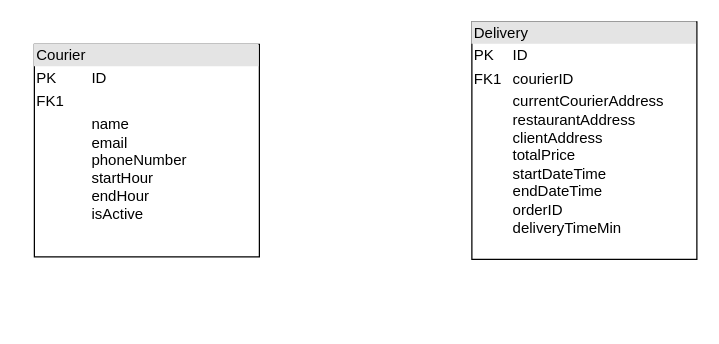
Earlier version of the draw.io diagram page "Model (Courier management)" (6 of 7) of docs/model+ui+endpoints.drawio (Uber-Summer-Practice-Sofia-2022/uber-summer-practice-docs-faq). Source tidied: cells renumbered, new cells numbered last; positions are measured from the earlier drawing's top-left corner, leaving out a move shared by most shapes. Both pictures are drawn from the tidied source at 125%, with x=0, y=0 at pixel (34, 21).
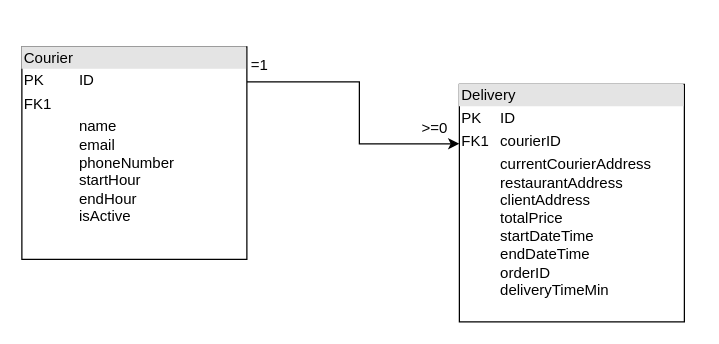
The same page after the edit.

Diff of the diagram source:
```diff
@@
 <mxGraphModel>
   <root>
     <mxCell id="0" />
     <mxCell id="1" parent="0" />
+    <mxCell id="4" style="edgeStyle=orthogonalEdgeStyle;rounded=0;jettySize=auto;html=1;entryX=0;entryY=0.25;entryDx=0;entryDy=0;" parent="1" edge="1" source="2" target="3">
+      <mxGeometry relative="1" as="geometry">
+        <Array as="points">
+          <mxPoint x="260" y="48" />
+        </Array>
+      </mxGeometry>
+    </mxCell>
     <mxCell id="2" value="&lt;div style=&quot;box-sizing:border-box;width:100%;background:#e4e4e4;padding:2px;&quot;&gt;Courier&lt;/div&gt;&lt;table style=&quot;width:100%;font-size:1em;&quot; cellpadding=&quot;2&quot; cellspacing=&quot;0&quot;&gt;&lt;tbody&gt;&lt;tr&gt;&lt;td&gt;PK&lt;/td&gt;&lt;td&gt;ID&lt;/td&gt;&lt;/tr&gt;&lt;tr&gt;&lt;td&gt;FK1&lt;/td&gt;&lt;td&gt;&lt;br&gt;&lt;/td&gt;&lt;/tr&gt;&lt;tr&gt;&lt;td&gt;&lt;/td&gt;&lt;td&gt;name&lt;br&gt;email&lt;br&gt;phoneNumber&lt;br&gt;startHour&lt;br&gt;endHour&lt;br&gt;isActive&lt;br&gt;&lt;br&gt;&lt;br&gt;&lt;/td&gt;&lt;/tr&gt;&lt;/tbody&gt;&lt;/table&gt;" style="verticalAlign=top;align=left;overflow=fill;html=1;" parent="1" vertex="1">
-      <mxGeometry y="18" width="180" height="170" as="geometry" />
+      <mxGeometry x="-10" y="20" width="180" height="170" as="geometry" />
     </mxCell>
     <mxCell id="3" value="&lt;div style=&quot;box-sizing:border-box;width:100%;background:#e4e4e4;padding:2px;&quot;&gt;Delivery&lt;/div&gt;&lt;table style=&quot;width:100%;font-size:1em;&quot; cellpadding=&quot;2&quot; cellspacing=&quot;0&quot;&gt;&lt;tbody&gt;&lt;tr&gt;&lt;td&gt;PK&lt;/td&gt;&lt;td&gt;ID&lt;/td&gt;&lt;/tr&gt;&lt;tr&gt;&lt;td&gt;FK1&lt;/td&gt;&lt;td&gt;courierID&lt;/td&gt;&lt;/tr&gt;&lt;tr&gt;&lt;td&gt;&lt;span style=&quot;white-space: pre;&quot;&gt; &lt;/span&gt;&lt;/td&gt;&lt;td&gt;currentCourierAddress&lt;br&gt;restaurantAddress&lt;br&gt;clientAddress&lt;br&gt;totalPrice&lt;br&gt;startDateTime&lt;br&gt;endDateTime&lt;br&gt;orderID&lt;br&gt;deliveryTimeMin&lt;br&gt;&lt;br&gt;&lt;/td&gt;&lt;/tr&gt;&lt;/tbody&gt;&lt;/table&gt;" style="verticalAlign=top;align=left;overflow=fill;html=1;" parent="1" vertex="1">
-      <mxGeometry x="350" width="180" height="190" as="geometry" />
+      <mxGeometry x="340" y="50" width="180" height="190" as="geometry" />
     </mxCell>
+    <mxCell id="5" value="=1&lt;br&gt;" style="text;html=1;align=center;verticalAlign=middle;strokeColor=none;fillColor=none;" parent="1" vertex="1">
+      <mxGeometry x="160" y="20" width="40" height="30" as="geometry" />
+    </mxCell>
+    <mxCell id="6" value="&amp;gt;=0" style="text;html=1;align=center;verticalAlign=middle;strokeColor=none;fillColor=none;" parent="1" vertex="1">
+      <mxGeometry x="300" y="70" width="40" height="30" as="geometry" />
+    </mxCell>
   </root>
 </mxGraphModel>
```
